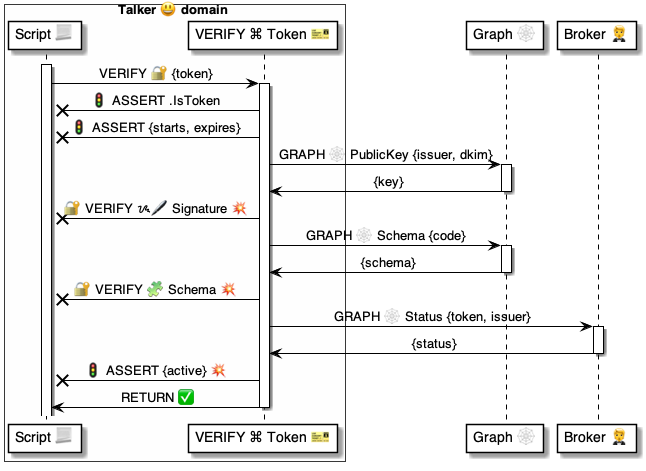
Above: 4 ⚙️ Solution/37 Scripts 📃/📃 Commands ⌘/⌘ for messages 📨/VERIFY 🔐/VERIFY Token 🎫/🔐 VERIFY Token ⚙️ uml.png in pollyweb-org/pollyweb-docs (PlantUML), before the change. Its source is kept beside it as 4 ⚙️ Solution/37 Scripts 📃/📃 Commands ⌘/⌘ for messages 📨/VERIFY 🔐/VERIFY Token 🎫/🔐 VERIFY Token ⚙️ uml.puml.
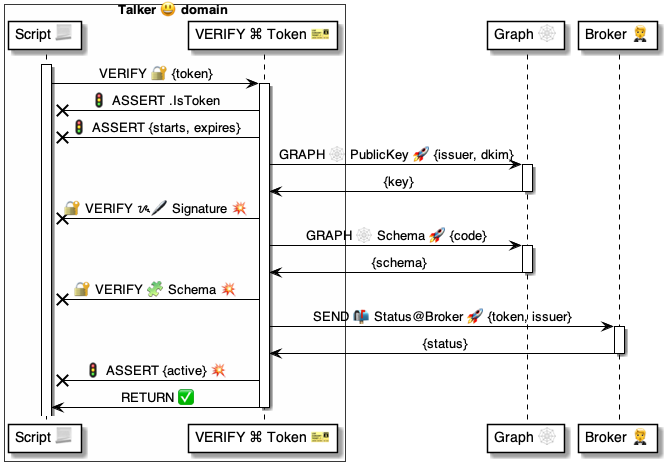
Above is the later version.

The edit, as a diff of the source:
```diff
@@ -16,21 +16,21 @@
     verify -x script: 🚦 ASSERT .IsToken
     verify -x script: 🚦 ASSERT {starts, expires}
 
-    verify -> graph: GRAPH 🕸 PublicKey {issuer, dkim}
+    verify -> graph: GRAPH 🕸 PublicKey 🚀 {issuer, dkim}
     activate graph
         graph -> verify: {key}
     deactivate graph
 
     verify -x script: 🔐 VERIFY ᝰ🖊 Signature 💥
 
-    verify -> graph: GRAPH 🕸 Schema {code}
+    verify -> graph: GRAPH 🕸 Schema 🚀 {code}
     activate graph
         graph -> verify: {schema}
     deactivate graph
 
     verify -x script: 🔐 VERIFY 🧩 Schema 💥
 
-    verify -> broker: GRAPH 🕸 Status {token, issuer}
+    verify -> broker: SEND 📬 Status@Broker 🚀 {token, issuer}
     activate broker
         broker -> verify: {status}
     deactivate broker
```
